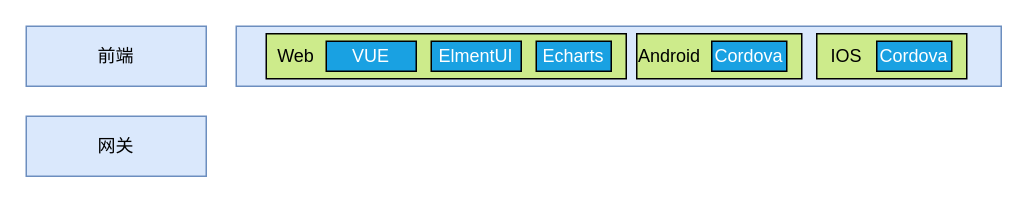
Before: IETP架构.drawio in DemonHan/KuickBuy, a draw.io diagram. Source tidied: cells renumbered, new cells numbered last; positions are measured from the earlier drawing's top-left corner, leaving out a move shared by most shapes. Both pictures are drawn from the tidied source at 150%, with x=0, y=0 at pixel (26, 26).
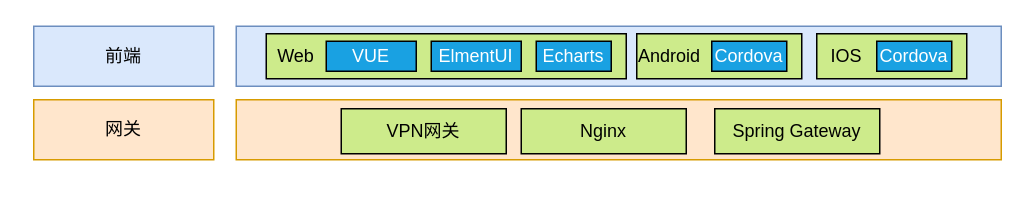
The same diagram, later.

Change to the diagram source:
```diff
@@
 <mxGraphModel>
   <root>
     <mxCell id="0" />
     <mxCell id="1" parent="0" />
     <mxCell id="2" value="前端" style="rounded=0;whiteSpace=wrap;html=1;fillColor=#dae8fc;strokeColor=#6c8ebf;" parent="1" vertex="1">
-      <mxGeometry width="120" height="40" as="geometry" />
+      <mxGeometry x="5" width="120" height="40" as="geometry" />
     </mxCell>
     <mxCell id="3" style="rounded=0;whiteSpace=wrap;html=1;fillColor=#dae8fc;strokeColor=#6c8ebf;" parent="1" vertex="1">
       <mxGeometry x="140" width="510" height="40" as="geometry" />
     </mxCell>
     <mxCell id="4" style="rounded=0;whiteSpace=wrap;html=1;fillColor=#CDEB8B;" parent="1" vertex="1">
       <mxGeometry x="160" y="5" width="240" height="30" as="geometry" />
     </mxCell>
     <mxCell id="5" value="Web" style="text;html=1;strokeColor=none;fillColor=none;align=center;verticalAlign=middle;whiteSpace=wrap;rounded=0;" parent="1" vertex="1">
       <mxGeometry x="150" y="5" width="60" height="30" as="geometry" />
     </mxCell>
     <mxCell id="6" value="&lt;font color=&quot;#ffffff&quot;&gt;VUE&lt;/font&gt;" style="rounded=0;whiteSpace=wrap;html=1;fillColor=#19A1E2;" parent="1" vertex="1">
       <mxGeometry x="200" y="10" width="60" height="20" as="geometry" />
     </mxCell>
     <mxCell id="7" value="&lt;font color=&quot;#ffffff&quot;&gt;ElmentUI&lt;/font&gt;" style="rounded=0;whiteSpace=wrap;html=1;fillColor=#19A1E2;" parent="1" vertex="1">
       <mxGeometry x="270" y="10" width="60" height="20" as="geometry" />
     </mxCell>
     <mxCell id="8" value="&lt;font color=&quot;#ffffff&quot;&gt;Echarts&lt;/font&gt;" style="rounded=0;whiteSpace=wrap;html=1;fillColor=#19A1E2;" parent="1" vertex="1">
       <mxGeometry x="340" y="10" width="50" height="20" as="geometry" />
     </mxCell>
     <mxCell id="9" style="rounded=0;whiteSpace=wrap;html=1;fillColor=#CDEB8B;" parent="1" vertex="1">
       <mxGeometry x="407" y="5" width="110" height="30" as="geometry" />
     </mxCell>
     <mxCell id="10" value="Android" style="text;html=1;strokeColor=none;fillColor=none;align=center;verticalAlign=middle;whiteSpace=wrap;rounded=0;" parent="1" vertex="1">
       <mxGeometry x="399" y="5" width="60" height="30" as="geometry" />
     </mxCell>
     <mxCell id="11" value="&lt;font color=&quot;#ffffff&quot;&gt;Cordova&lt;/font&gt;" style="rounded=0;whiteSpace=wrap;html=1;fillColor=#19A1E2;" parent="1" vertex="1">
       <mxGeometry x="457" y="10" width="50" height="20" as="geometry" />
     </mxCell>
     <mxCell id="12" style="rounded=0;whiteSpace=wrap;html=1;fillColor=#CDEB8B;" parent="1" vertex="1">
       <mxGeometry x="527" y="5" width="100" height="30" as="geometry" />
     </mxCell>
     <mxCell id="13" value="&lt;font color=&quot;#ffffff&quot;&gt;Cordova&lt;/font&gt;" style="rounded=0;whiteSpace=wrap;html=1;fillColor=#19A1E2;" parent="1" vertex="1">
       <mxGeometry x="567" y="10" width="50" height="20" as="geometry" />
     </mxCell>
     <mxCell id="14" value="IOS" style="text;html=1;strokeColor=none;fillColor=none;align=center;verticalAlign=middle;whiteSpace=wrap;rounded=0;" parent="1" vertex="1">
       <mxGeometry x="517" y="5" width="60" height="30" as="geometry" />
     </mxCell>
-    <mxCell id="15" value="网关" style="rounded=0;whiteSpace=wrap;html=1;fillColor=#dae8fc;strokeColor=#6c8ebf;" parent="1" vertex="1">
-      <mxGeometry y="60" width="120" height="40" as="geometry" />
+    <mxCell id="15" value="网关" style="rounded=0;whiteSpace=wrap;html=1;fillColor=#ffe6cc;strokeColor=#d79b00;" parent="1" vertex="1">
+      <mxGeometry x="5" y="49" width="120" height="40" as="geometry" />
     </mxCell>
+    <mxCell id="16" style="rounded=0;whiteSpace=wrap;html=1;fillColor=#ffe6cc;strokeColor=#d79b00;" parent="1" vertex="1">
+      <mxGeometry x="140" y="49" width="510" height="40" as="geometry" />
+    </mxCell>
+    <mxCell id="17" value="VPN网关" style="rounded=0;whiteSpace=wrap;html=1;fillColor=#CDEB8B;" parent="1" vertex="1">
+      <mxGeometry x="210" y="55" width="110" height="30" as="geometry" />
+    </mxCell>
+    <mxCell id="18" value="Nginx" style="rounded=0;whiteSpace=wrap;html=1;fillColor=#CDEB8B;" parent="1" vertex="1">
+      <mxGeometry x="330" y="55" width="110" height="30" as="geometry" />
+    </mxCell>
+    <mxCell id="19" value="Spring Gateway" style="rounded=0;whiteSpace=wrap;html=1;fillColor=#CDEB8B;" parent="1" vertex="1">
+      <mxGeometry x="459" y="55" width="110" height="30" as="geometry" />
+    </mxCell>
   </root>
 </mxGraphModel>
```
